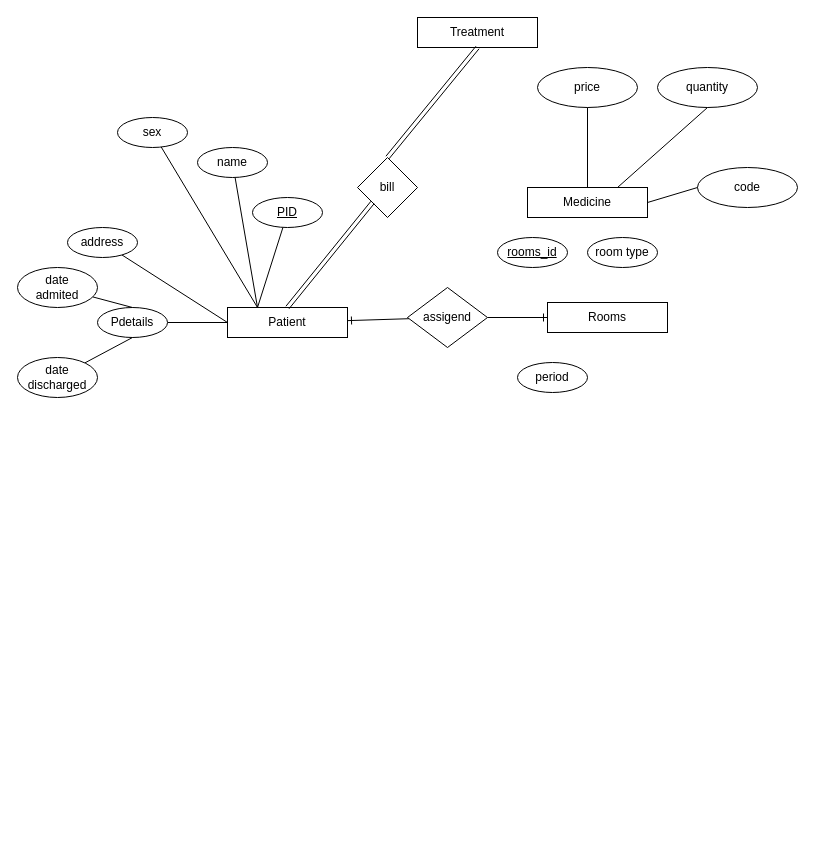
Earlier version of the draw.io diagram public/medicine.drawio (carvalhojccs/tucunare_delivery). Source tidied: cells renumbered, new cells numbered last; positions are measured from the earlier drawing's top-left corner, leaving out a move shared by most shapes. Both pictures are drawn from the tidied source at 100%, with x=0, y=0 at pixel (17, 17).
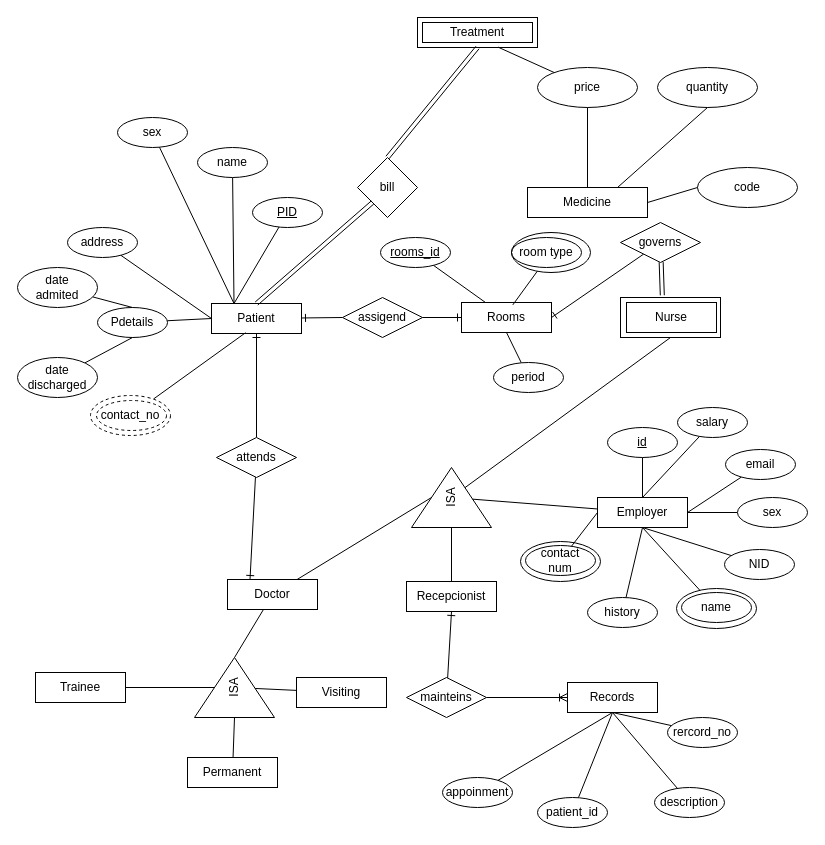
The same page after the edit.

Unchanged cells that the change refers to:
```xml
<mxCell id="2" value="Treatment" style="rounded=0;whiteSpace=wrap;html=1;" parent="1" vertex="1">
  <mxGeometry x="400" width="120" height="30" as="geometry" />
</mxCell>
<mxCell id="7" value="price" style="ellipse;whiteSpace=wrap;html=1;" parent="1" vertex="1">
  <mxGeometry x="520" y="50" width="100" height="40" as="geometry" />
</mxCell>
```

Change to the diagram source:
```diff
@@
-    <mxCell id="4" style="rounded=0;jettySize=auto;html=1;startArrow=ERone;startFill=0;endArrow=none;endFill=0;" parent="1" edge="1" source="5" target="30">
+    <mxCell id="4" style="rounded=0;jettySize=auto;html=1;startArrow=ERone;startFill=0;endArrow=none;endFill=0;entryX=0;entryY=0.5;entryDx=0;entryDy=0;" parent="1" edge="1" source="5" target="30">
       <mxGeometry relative="1" as="geometry" />
     </mxCell>
     <mxCell id="5" value="Patient" style="rounded=0;whiteSpace=wrap;html=1;" parent="1" vertex="1">
-      <mxGeometry x="210" y="290" width="120" height="30" as="geometry" />
+      <mxGeometry x="194" y="286" width="90" height="30" as="geometry" />
     </mxCell>
@@
+    <mxCell id="35" style="edgeStyle=none;shape=connector;rounded=0;jettySize=auto;html=1;labelBackgroundColor=default;strokeColor=default;fontFamily=Helvetica;fontSize=12;fontColor=default;endArrow=none;endFill=0;entryX=0.671;entryY=0.987;entryDx=0;entryDy=0;entryPerimeter=0;" parent="1" edge="1" source="7" target="2">
+      <mxGeometry relative="1" as="geometry" />
+    </mxCell>
@@
     <mxCell id="30" value="assigend" style="rhombus;whiteSpace=wrap;html=1;" parent="1" vertex="1">
-      <mxGeometry x="390" y="270" width="80" height="60" as="geometry" />
+      <mxGeometry x="325" y="280" width="80" height="40" as="geometry" />
     </mxCell>
     <mxCell id="31" value="Rooms" style="rounded=0;whiteSpace=wrap;html=1;" parent="1" vertex="1">
-      <mxGeometry x="530" y="285" width="120" height="30" as="geometry" />
+      <mxGeometry x="444" y="285" width="90" height="30" as="geometry" />
     </mxCell>
+    <mxCell id="36" style="rounded=0;jettySize=auto;html=1;entryX=0.5;entryY=1;entryDx=0;entryDy=0;endArrow=none;endFill=0;" parent="1" edge="1" source="32" target="31">
+      <mxGeometry relative="1" as="geometry" />
+    </mxCell>
     <mxCell id="32" value="period" style="ellipse;whiteSpace=wrap;html=1;" parent="1" vertex="1">
-      <mxGeometry x="500" y="345" width="70" height="30" as="geometry" />
+      <mxGeometry x="476" y="345" width="70" height="30" as="geometry" />
     </mxCell>
+    <mxCell id="37" style="rounded=0;jettySize=auto;html=1;endArrow=none;endFill=0;" parent="1" edge="1" source="33" target="31">
+      <mxGeometry relative="1" as="geometry" />
+    </mxCell>
     <mxCell id="33" value="&lt;u&gt;rooms_id&lt;/u&gt;" style="ellipse;whiteSpace=wrap;html=1;" parent="1" vertex="1">
-      <mxGeometry x="480" y="220" width="70" height="30" as="geometry" />
+      <mxGeometry x="363" y="220" width="70" height="30" as="geometry" />
     </mxCell>
+    <mxCell id="38" style="group;" parent="1" vertex="1">
+      <mxGeometry x="488" y="215" width="80" height="40" as="geometry" />
+    </mxCell>
-    <mxCell id="34" value="room type" style="ellipse;whiteSpace=wrap;html=1;strokeColor=default;fillStyle=auto;shadow=0;" parent="1" vertex="1">
-      <mxGeometry x="570" y="220" width="70" height="30" as="geometry" />
+    <mxCell id="34" value="room type" style="ellipse;whiteSpace=wrap;html=1;strokeColor=default;fillStyle=auto;shadow=0;perimeterSpacing=0;" parent="38" vertex="1">
+      <mxGeometry x="6" y="5" width="70" height="30" as="geometry" />
     </mxCell>
+    <mxCell id="39" style="ellipse;whiteSpace=wrap;html=1;strokeColor=default;fillStyle=auto;shadow=0;perimeterSpacing=0;fillColor=none;" parent="38" vertex="1">
+      <mxGeometry x="6" width="79" height="40" as="geometry" />
+    </mxCell>
+    <mxCell id="40" style="rounded=0;jettySize=auto;html=1;entryX=0.57;entryY=0.08;entryDx=0;entryDy=0;entryPerimeter=0;fontFamily=Helvetica;fontSize=12;fontColor=default;endArrow=none;endFill=0;" parent="1" edge="1" source="39" target="31">
+      <mxGeometry relative="1" as="geometry" />
+    </mxCell>
+    <mxCell id="41" style="group;" parent="1" vertex="1">
+      <mxGeometry x="603" y="280" width="100" height="40" as="geometry" />
+    </mxCell>
+    <mxCell id="42" value="Nurse" style="rounded=0;whiteSpace=wrap;html=1;" parent="41" vertex="1">
+      <mxGeometry x="6" y="5" width="90" height="30" as="geometry" />
+    </mxCell>
+    <mxCell id="43" style="rounded=0;whiteSpace=wrap;html=1;fillColor=none;" parent="41" vertex="1">
+      <mxGeometry width="100" height="40" as="geometry" />
+    </mxCell>
+    <mxCell id="44" style="rounded=0;jettySize=auto;html=1;entryX=1;entryY=0.5;entryDx=0;entryDy=0;fontFamily=Helvetica;fontSize=12;fontColor=default;endArrow=ERone;endFill=0;" parent="1" edge="1" source="46" target="31">
+      <mxGeometry relative="1" as="geometry" />
+    </mxCell>
+    <mxCell id="45" style="rounded=0;jettySize=auto;html=1;entryX=0.418;entryY=-0.055;entryDx=0;entryDy=0;entryPerimeter=0;fontFamily=Helvetica;fontSize=12;fontColor=default;shape=link;" parent="1" edge="1" source="46" target="43">
+      <mxGeometry relative="1" as="geometry" />
+    </mxCell>
+    <mxCell id="46" value="governs" style="rhombus;whiteSpace=wrap;html=1;" parent="1" vertex="1">
+      <mxGeometry x="603" y="205" width="80" height="40" as="geometry" />
+    </mxCell>
+    <mxCell id="47" style="rounded=0;jettySize=auto;html=1;entryX=0.5;entryY=1;entryDx=0;entryDy=0;fontFamily=Helvetica;fontSize=12;fontColor=default;endArrow=none;endFill=0;" parent="1" edge="1" source="48" target="43">
+      <mxGeometry relative="1" as="geometry" />
+    </mxCell>
+    <mxCell id="48" value="ISA" style="triangle;whiteSpace=wrap;html=1;shadow=0;fillStyle=auto;strokeColor=default;fontFamily=Helvetica;fontSize=12;fontColor=default;fillColor=none;rotation=-90;textDirection=rtl;direction=east;" parent="1" vertex="1">
+      <mxGeometry x="404" y="440" width="60" height="80" as="geometry" />
+    </mxCell>
+    <mxCell id="49" style="rounded=0;jettySize=auto;html=1;fontFamily=Helvetica;fontSize=12;fontColor=default;endArrow=none;endFill=0;" parent="1" edge="1" source="50" target="48">
+      <mxGeometry relative="1" as="geometry" />
+    </mxCell>
+    <mxCell id="50" value="Employer" style="rounded=0;whiteSpace=wrap;html=1;" parent="1" vertex="1">
+      <mxGeometry x="580" y="480" width="90" height="30" as="geometry" />
+    </mxCell>
+    <mxCell id="51" style="rounded=0;jettySize=auto;html=1;fontFamily=Helvetica;fontSize=12;fontColor=default;endArrow=none;endFill=0;" parent="1" edge="1" source="52" target="50">
+      <mxGeometry relative="1" as="geometry" />
+    </mxCell>
+    <mxCell id="52" value="id" style="ellipse;whiteSpace=wrap;html=1;fontStyle=4;" parent="1" vertex="1">
+      <mxGeometry x="590" y="410" width="70" height="30" as="geometry" />
+    </mxCell>
+    <mxCell id="53" style="rounded=0;jettySize=auto;html=1;entryX=0.5;entryY=0;entryDx=0;entryDy=0;fontFamily=Helvetica;fontSize=12;fontColor=default;endArrow=none;endFill=0;" parent="1" edge="1" source="54" target="50">
+      <mxGeometry relative="1" as="geometry" />
+    </mxCell>
+    <mxCell id="54" value="salary" style="ellipse;whiteSpace=wrap;html=1;" parent="1" vertex="1">
+      <mxGeometry x="660" y="390" width="70" height="30" as="geometry" />
+    </mxCell>
+    <mxCell id="55" style="rounded=0;jettySize=auto;html=1;entryX=1;entryY=0.5;entryDx=0;entryDy=0;fontFamily=Helvetica;fontSize=12;fontColor=default;endArrow=none;endFill=0;" parent="1" edge="1" source="56" target="50">
+      <mxGeometry relative="1" as="geometry" />
+    </mxCell>
+    <mxCell id="56" value="email" style="ellipse;whiteSpace=wrap;html=1;" parent="1" vertex="1">
+      <mxGeometry x="708" y="432" width="70" height="30" as="geometry" />
+    </mxCell>
+    <mxCell id="57" style="rounded=0;jettySize=auto;html=1;entryX=1;entryY=0.5;entryDx=0;entryDy=0;fontFamily=Helvetica;fontSize=12;fontColor=default;endArrow=none;endFill=0;" parent="1" edge="1" source="58" target="50">
+      <mxGeometry relative="1" as="geometry" />
+    </mxCell>
+    <mxCell id="58" value="sex" style="ellipse;whiteSpace=wrap;html=1;" parent="1" vertex="1">
+      <mxGeometry x="720" y="480" width="70" height="30" as="geometry" />
+    </mxCell>
+    <mxCell id="59" style="rounded=0;jettySize=auto;html=1;entryX=0.5;entryY=1;entryDx=0;entryDy=0;fontFamily=Helvetica;fontSize=12;fontColor=default;endArrow=none;endFill=0;" parent="1" edge="1" source="60" target="50">
+      <mxGeometry relative="1" as="geometry" />
+    </mxCell>
+    <mxCell id="60" value="history" style="ellipse;whiteSpace=wrap;html=1;" parent="1" vertex="1">
+      <mxGeometry x="570" y="580" width="70" height="30" as="geometry" />
+    </mxCell>
+    <mxCell id="61" style="rounded=0;jettySize=auto;html=1;entryX=0.5;entryY=1;entryDx=0;entryDy=0;fontFamily=Helvetica;fontSize=12;fontColor=default;endArrow=none;endFill=0;" parent="1" edge="1" source="62" target="50">
+      <mxGeometry relative="1" as="geometry" />
+    </mxCell>
+    <mxCell id="62" value="NID" style="ellipse;whiteSpace=wrap;html=1;" parent="1" vertex="1">
+      <mxGeometry x="707" y="532" width="70" height="30" as="geometry" />
+    </mxCell>
+    <mxCell id="63" style="group;" parent="1" vertex="1">
+      <mxGeometry x="659" y="571" width="80" height="40" as="geometry" />
+    </mxCell>
+    <mxCell id="64" value="name" style="ellipse;whiteSpace=wrap;html=1;" parent="63" vertex="1">
+      <mxGeometry x="5" y="4" width="70" height="30" as="geometry" />
+    </mxCell>
+    <mxCell id="65" style="ellipse;whiteSpace=wrap;html=1;fillColor=none;" parent="63" vertex="1">
+      <mxGeometry width="80" height="40" as="geometry" />
+    </mxCell>
+    <mxCell id="66" style="rounded=0;jettySize=auto;html=1;entryX=0.5;entryY=1;entryDx=0;entryDy=0;fontFamily=Helvetica;fontSize=12;fontColor=default;endArrow=none;endFill=0;" parent="1" edge="1" source="65" target="50">
+      <mxGeometry relative="1" as="geometry" />
+    </mxCell>
+    <mxCell id="67" style="group;" parent="1" vertex="1">
+      <mxGeometry x="503" y="524" width="80" height="40" as="geometry" />
+    </mxCell>
+    <mxCell id="68" style="ellipse;whiteSpace=wrap;html=1;fillColor=none;" parent="67" vertex="1">
+      <mxGeometry width="80" height="40" as="geometry" />
+    </mxCell>
+    <mxCell id="69" value="contact&lt;br&gt;num" style="ellipse;whiteSpace=wrap;html=1;" parent="67" vertex="1">
+      <mxGeometry x="5" y="4" width="70" height="30" as="geometry" />
+    </mxCell>
+    <mxCell id="70" style="rounded=0;jettySize=auto;html=1;entryX=0;entryY=0.5;entryDx=0;entryDy=0;fontFamily=Helvetica;fontSize=12;fontColor=default;endArrow=none;endFill=0;" parent="1" edge="1" source="69" target="50">
+      <mxGeometry relative="1" as="geometry" />
+    </mxCell>
+    <mxCell id="71" style="rounded=0;jettySize=auto;html=1;entryX=0;entryY=0.5;entryDx=0;entryDy=0;fontFamily=Helvetica;fontSize=12;fontColor=default;endArrow=none;endFill=0;" parent="1" edge="1" source="72" target="48">
+      <mxGeometry relative="1" as="geometry" />
+    </mxCell>
+    <mxCell id="72" value="Recepcionist" style="rounded=0;whiteSpace=wrap;html=1;" parent="1" vertex="1">
+      <mxGeometry x="389" y="564" width="90" height="30" as="geometry" />
+    </mxCell>
+    <mxCell id="73" style="rounded=0;jettySize=auto;html=1;entryX=0.5;entryY=1;entryDx=0;entryDy=0;fontFamily=Helvetica;fontSize=12;fontColor=default;endArrow=ERone;endFill=0;" parent="1" edge="1" source="75" target="72">
+      <mxGeometry relative="1" as="geometry" />
+    </mxCell>
+    <mxCell id="74" style="edgeStyle=none;shape=connector;rounded=0;jettySize=auto;html=1;entryX=0;entryY=0.5;entryDx=0;entryDy=0;labelBackgroundColor=default;strokeColor=default;fontFamily=Helvetica;fontSize=12;fontColor=default;endArrow=ERoneToMany;endFill=0;" parent="1" edge="1" source="75" target="76">
+      <mxGeometry relative="1" as="geometry" />
+    </mxCell>
+    <mxCell id="75" value="mainteins" style="rhombus;whiteSpace=wrap;html=1;" parent="1" vertex="1">
+      <mxGeometry x="389" y="660" width="80" height="40" as="geometry" />
+    </mxCell>
+    <mxCell id="76" value="Records" style="rounded=0;whiteSpace=wrap;html=1;" parent="1" vertex="1">
+      <mxGeometry x="550" y="665" width="90" height="30" as="geometry" />
+    </mxCell>
+    <mxCell id="77" style="rounded=0;jettySize=auto;html=1;entryX=0.5;entryY=1;entryDx=0;entryDy=0;fontFamily=Helvetica;fontSize=12;fontColor=default;endArrow=none;endFill=0;" parent="1" edge="1" source="78" target="76">
+      <mxGeometry relative="1" as="geometry" />
+    </mxCell>
+    <mxCell id="78" value="rercord_no" style="ellipse;whiteSpace=wrap;html=1;" parent="1" vertex="1">
+      <mxGeometry x="650" y="700" width="70" height="30" as="geometry" />
+    </mxCell>
+    <mxCell id="79" style="rounded=0;jettySize=auto;html=1;entryX=0.5;entryY=1;entryDx=0;entryDy=0;fontFamily=Helvetica;fontSize=12;fontColor=default;endArrow=none;endFill=0;" parent="1" edge="1" source="80" target="76">
+      <mxGeometry relative="1" as="geometry" />
+    </mxCell>
+    <mxCell id="80" value="description" style="ellipse;whiteSpace=wrap;html=1;" parent="1" vertex="1">
+      <mxGeometry x="637" y="770" width="70" height="30" as="geometry" />
+    </mxCell>
+    <mxCell id="81" style="edgeStyle=none;shape=connector;rounded=0;jettySize=auto;html=1;entryX=0.5;entryY=1;entryDx=0;entryDy=0;labelBackgroundColor=default;strokeColor=default;fontFamily=Helvetica;fontSize=12;fontColor=default;endArrow=none;endFill=0;" parent="1" edge="1" source="82" target="76">
+      <mxGeometry relative="1" as="geometry" />
+    </mxCell>
+    <mxCell id="82" value="patient_id" style="ellipse;whiteSpace=wrap;html=1;" parent="1" vertex="1">
+      <mxGeometry x="520" y="780" width="70" height="30" as="geometry" />
+    </mxCell>
+    <mxCell id="83" style="edgeStyle=none;shape=connector;rounded=0;jettySize=auto;html=1;entryX=0.5;entryY=1;entryDx=0;entryDy=0;labelBackgroundColor=default;strokeColor=default;fontFamily=Helvetica;fontSize=12;fontColor=default;endArrow=none;endFill=0;" parent="1" edge="1" source="84" target="76">
+      <mxGeometry relative="1" as="geometry" />
+    </mxCell>
+    <mxCell id="84" value="appoinment" style="ellipse;whiteSpace=wrap;html=1;" parent="1" vertex="1">
+      <mxGeometry x="425" y="760" width="70" height="30" as="geometry" />
+    </mxCell>
+    <mxCell id="85" style="edgeStyle=none;shape=connector;rounded=0;jettySize=auto;html=1;entryX=0.5;entryY=0;entryDx=0;entryDy=0;labelBackgroundColor=default;strokeColor=default;fontFamily=Helvetica;fontSize=12;fontColor=default;endArrow=none;endFill=0;" parent="1" edge="1" source="87" target="48">
+      <mxGeometry relative="1" as="geometry" />
+    </mxCell>
+    <mxCell id="86" style="edgeStyle=none;shape=connector;rounded=0;jettySize=auto;html=1;entryX=1;entryY=0.5;entryDx=0;entryDy=0;labelBackgroundColor=default;strokeColor=default;fontFamily=Helvetica;fontSize=12;fontColor=default;endArrow=none;endFill=0;" parent="1" edge="1" source="87" target="91">
+      <mxGeometry relative="1" as="geometry" />
+    </mxCell>
+    <mxCell id="87" value="Doctor" style="rounded=0;whiteSpace=wrap;html=1;" parent="1" vertex="1">
+      <mxGeometry x="210" y="562" width="90" height="30" as="geometry" />
+    </mxCell>
+    <mxCell id="88" style="edgeStyle=none;shape=connector;rounded=0;jettySize=auto;html=1;entryX=0.5;entryY=1;entryDx=0;entryDy=0;labelBackgroundColor=default;strokeColor=default;fontFamily=Helvetica;fontSize=12;fontColor=default;endArrow=ERone;endFill=0;startArrow=none;startFill=0;" parent="1" edge="1" source="90" target="5">
+      <mxGeometry relative="1" as="geometry" />
+    </mxCell>
+    <mxCell id="89" style="edgeStyle=none;shape=connector;rounded=0;jettySize=auto;html=1;entryX=0.25;entryY=0;entryDx=0;entryDy=0;labelBackgroundColor=default;strokeColor=default;fontFamily=Helvetica;fontSize=12;fontColor=default;endArrow=ERone;endFill=0;" parent="1" edge="1" source="90" target="87">
+      <mxGeometry relative="1" as="geometry" />
+    </mxCell>
+    <mxCell id="90" value="attends" style="rhombus;whiteSpace=wrap;html=1;" parent="1" vertex="1">
+      <mxGeometry x="199" y="420" width="80" height="40" as="geometry" />
+    </mxCell>
+    <mxCell id="91" value="ISA" style="triangle;whiteSpace=wrap;html=1;shadow=0;fillStyle=auto;strokeColor=default;fontFamily=Helvetica;fontSize=12;fontColor=default;fillColor=none;rotation=-90;textDirection=rtl;direction=east;" parent="1" vertex="1">
+      <mxGeometry x="187" y="630" width="60" height="80" as="geometry" />
+    </mxCell>
+    <mxCell id="92" style="edgeStyle=none;shape=connector;rounded=0;jettySize=auto;html=1;entryX=0.5;entryY=0;entryDx=0;entryDy=0;labelBackgroundColor=default;strokeColor=default;fontFamily=Helvetica;fontSize=12;fontColor=default;endArrow=none;endFill=0;" parent="1" edge="1" source="93" target="91">
+      <mxGeometry relative="1" as="geometry" />
+    </mxCell>
+    <mxCell id="93" value="Trainee" style="rounded=0;whiteSpace=wrap;html=1;" parent="1" vertex="1">
+      <mxGeometry x="18" y="655" width="90" height="30" as="geometry" />
+    </mxCell>
+    <mxCell id="94" style="edgeStyle=none;shape=connector;rounded=0;jettySize=auto;html=1;labelBackgroundColor=default;strokeColor=default;fontFamily=Helvetica;fontSize=12;fontColor=default;endArrow=none;endFill=0;" parent="1" edge="1" source="95" target="91">
+      <mxGeometry relative="1" as="geometry" />
+    </mxCell>
+    <mxCell id="95" value="Visiting" style="rounded=0;whiteSpace=wrap;html=1;" parent="1" vertex="1">
+      <mxGeometry x="279" y="660" width="90" height="30" as="geometry" />
+    </mxCell>
+    <mxCell id="96" style="edgeStyle=none;shape=connector;rounded=0;jettySize=auto;html=1;entryX=0;entryY=0.5;entryDx=0;entryDy=0;labelBackgroundColor=default;strokeColor=default;fontFamily=Helvetica;fontSize=12;fontColor=default;endArrow=none;endFill=0;" parent="1" edge="1" source="97" target="91">
+      <mxGeometry relative="1" as="geometry" />
+    </mxCell>
+    <mxCell id="97" value="Permanent" style="rounded=0;whiteSpace=wrap;html=1;" parent="1" vertex="1">
+      <mxGeometry x="170" y="740" width="90" height="30" as="geometry" />
+    </mxCell>
+    <mxCell id="98" style="group;" parent="1" vertex="1">
+      <mxGeometry x="73" y="378" width="80" height="40" as="geometry" />
+    </mxCell>
+    <mxCell id="99" value="contact_no" style="ellipse;whiteSpace=wrap;html=1;dashed=1;" parent="98" vertex="1">
+      <mxGeometry width="80" height="40" as="geometry" />
+    </mxCell>
+    <mxCell id="100" style="ellipse;whiteSpace=wrap;html=1;dashed=1;fillColor=none;" parent="98" vertex="1">
+      <mxGeometry x="6" y="5" width="70" height="30" as="geometry" />
+    </mxCell>
+    <mxCell id="101" style="edgeStyle=none;shape=connector;rounded=0;jettySize=auto;html=1;entryX=0.379;entryY=0.973;entryDx=0;entryDy=0;entryPerimeter=0;labelBackgroundColor=default;strokeColor=default;fontFamily=Helvetica;fontSize=12;fontColor=default;endArrow=none;endFill=0;exitX=0.79;exitY=0.084;exitDx=0;exitDy=0;exitPerimeter=0;" parent="1" edge="1" source="99" target="5">
+      <mxGeometry relative="1" as="geometry" />
+    </mxCell>
+    <mxCell id="102" style="rounded=0;whiteSpace=wrap;html=1;fillColor=none;" parent="1" vertex="1">
+      <mxGeometry x="405" y="5" width="110" height="20" as="geometry" />
+    </mxCell>
```
